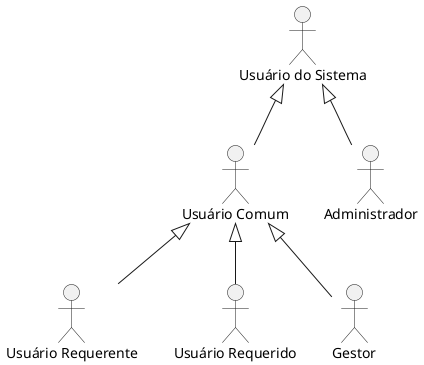
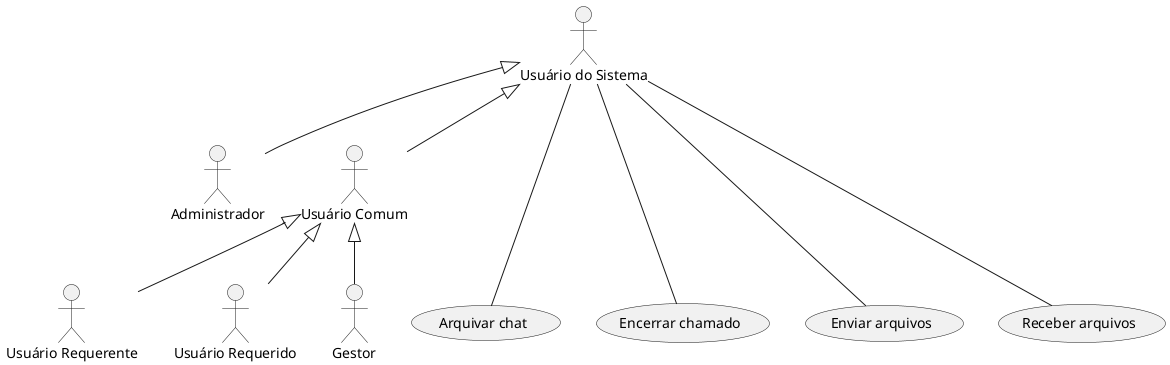
@startuml
+ ' Definição dos Atores e Hierarquia
+ actor "Usuário do Sistema" as US
+ actor "Administrador" as Admin
+ actor "Usuário Comum" as UC
+ actor "Usuário Requerente" as UReq
+ actor "Usuário Requerido" as URec
+ actor "Gestor" as Gestor

- :Usuário do Sistema: as UdS
- :Usuário Comum: as UC
- :Usuário Requerente: as Uente
- :Usuário Requerido: as Uido
- :Administrador: as Admin
- :Gestor:
+ US <|-- Admin
+ US <|-- UC
+ UC <|-- UReq
+ UC <|-- URec
+ UC <|-- Gestor

- UdS <|-- UC
- UC <|-- Uente
- UC <|-- Uido
- UC <|-- Gestor
- UdS <|-- Admin
+ ' Definição dos Casos de Uso
+ usecase (Arquivar chat) as UC_Arquivar
+ usecase (Encerrar chamado) as UC_Encerrar
+ usecase (Enviar arquivos) as UC_Enviar
+ usecase (Receber arquivos) as UC_Receber

+ ' Associações
+ US --- UC_Arquivar
+ US --- UC_Encerrar
+ US --- UC_Enviar
+ US --- UC_Receber

@enduml